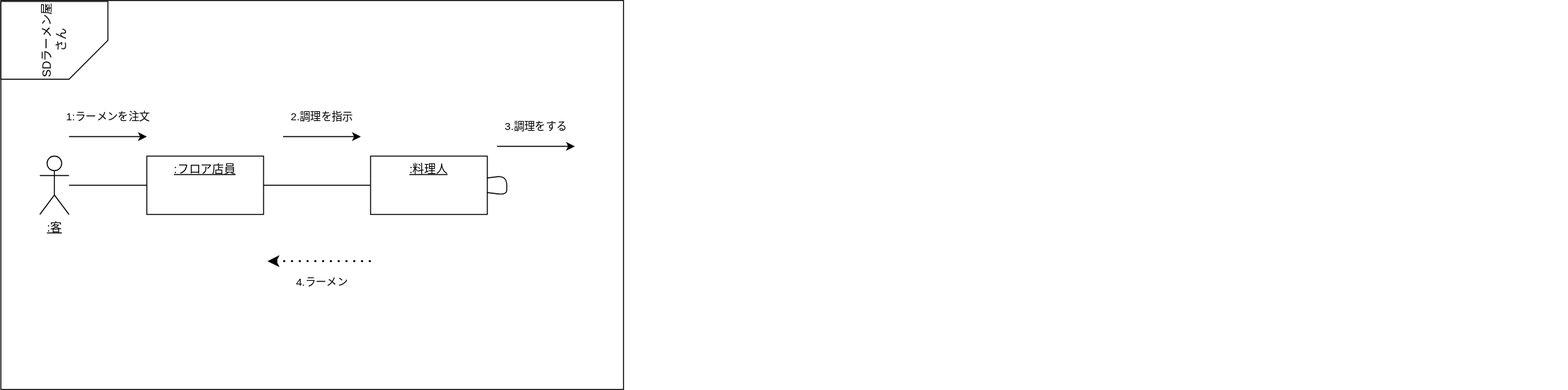
Earlier version of the draw.io export 例題5-1_ラーメン注文配膳.drawio.svg (fevertodori/uml-introduction). Source tidied: cells renumbered, new cells last; positions are measured from the earlier drawing's top-left corner, leaving out a move shared by most shapes. Source of this version:
```xml
<mxGraphModel>
  <root>
    <mxCell id="0" />
    <mxCell id="1" parent="0" />
    <mxCell id="2" style="group;" parent="1" vertex="1">
      <mxGeometry y="14" width="1610" height="400" as="geometry" />
    </mxCell>
    <mxCell id="3" style="rounded=0;whiteSpace=wrap;html=1;" parent="2" vertex="1">
      <mxGeometry width="640" height="400" as="geometry" />
    </mxCell>
    <mxCell id="4" value="SDラーメン屋さん" style="shape=card;whiteSpace=wrap;html=1;rotation=-90;size=40;flipV=1;" parent="2" vertex="1">
      <mxGeometry x="15" y="-14" width="80" height="110" as="geometry" />
    </mxCell>
    <mxCell id="5" value="&lt;u&gt;:客&lt;/u&gt;" style="shape=umlActor;verticalLabelPosition=bottom;verticalAlign=top;html=1;outlineConnect=0;" parent="2" vertex="1">
      <mxGeometry x="40" y="160" width="30" height="60" as="geometry" />
    </mxCell>
    <mxCell id="6" value="&lt;u&gt;:フロア店員&lt;/u&gt;" style="whiteSpace=wrap;html=1;verticalAlign=top;" parent="2" vertex="1">
      <mxGeometry x="150" y="160" width="120" height="60" as="geometry" />
    </mxCell>
    <mxCell id="7" style="edgeStyle=none;html=1;endArrow=none;endFill=0;" parent="2" edge="1" source="5" target="6">
      <mxGeometry relative="1" as="geometry" />
    </mxCell>
    <mxCell id="8" value="&lt;u&gt;:料理人&lt;/u&gt;" style="whiteSpace=wrap;html=1;verticalAlign=top;" parent="2" vertex="1">
      <mxGeometry x="380" y="160" width="120" height="60" as="geometry" />
    </mxCell>
    <mxCell id="9" style="edgeStyle=none;html=1;endArrow=none;endFill=0;" parent="2" edge="1" source="6" target="8">
      <mxGeometry relative="1" as="geometry" />
    </mxCell>
    <mxCell id="10" value="1:ラーメンを注文&lt;br&gt;" style="endArrow=classic;html=1;" parent="2" edge="1">
      <mxGeometry y="20" relative="1" as="geometry">
        <mxPoint x="70" y="140" as="sourcePoint" />
        <mxPoint x="150" y="140" as="targetPoint" />
      </mxGeometry>
    </mxCell>
    <mxCell id="11" value="2.調理を指示" style="endArrow=classic;html=1;" parent="2" edge="1">
      <mxGeometry y="20" relative="1" as="geometry">
        <mxPoint x="290" y="140" as="sourcePoint" />
        <mxPoint x="370" y="140" as="targetPoint" />
      </mxGeometry>
    </mxCell>
    <mxCell id="12" style="edgeStyle=none;html=1;endArrow=none;endFill=0;" parent="2" edge="1" source="8" target="8">
      <mxGeometry relative="1" as="geometry" />
    </mxCell>
    <mxCell id="13" value="3.調理をする" style="endArrow=classic;html=1;" parent="2" edge="1">
      <mxGeometry y="20" relative="1" as="geometry">
        <mxPoint x="510" y="150" as="sourcePoint" />
        <mxPoint x="590" y="150" as="targetPoint" />
      </mxGeometry>
    </mxCell>
    <mxCell id="14" value="4.ラーメン" style="endArrow=none;dashed=1;html=1;dashPattern=1 3;strokeWidth=2;entryX=0.609;entryY=0.775;entryDx=0;entryDy=0;entryPerimeter=0;endFill=0;startArrow=classic;startFill=1;" parent="2" edge="1">
      <mxGeometry x="0.02" y="-22" relative="1" as="geometry">
        <mxPoint x="274" y="268" as="sourcePoint" />
        <mxPoint x="383.8" y="268" as="targetPoint" />
      </mxGeometry>
    </mxCell>
  </root>
</mxGraphModel>
```
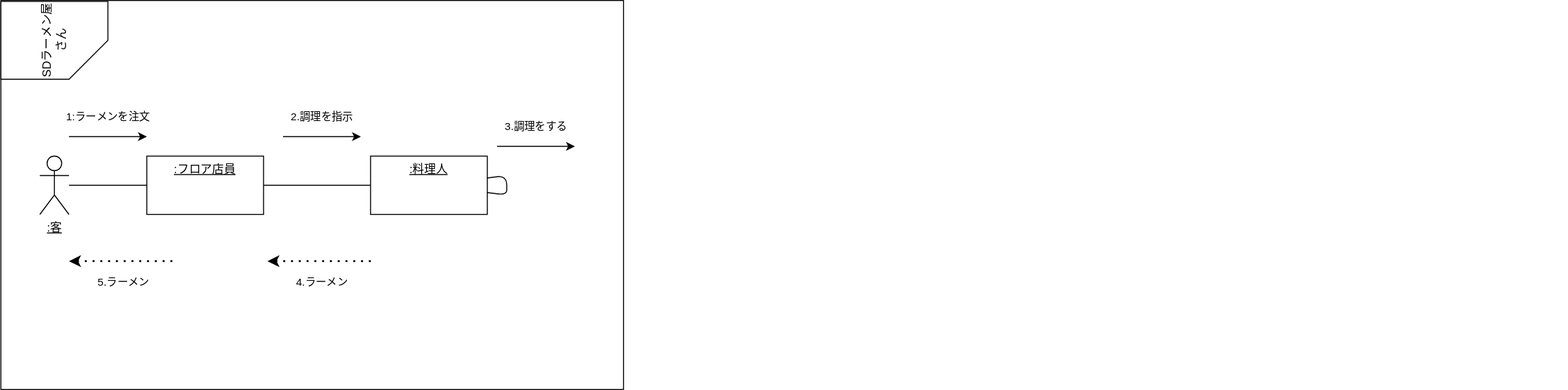
After the change.

Commit message:
5.ラーメン付けた

The edit, as a diff of the source:
```diff
@@ -53,5 +53,11 @@
         <mxPoint x="383.8" y="268" as="targetPoint" />
       </mxGeometry>
     </mxCell>
+    <mxCell id="15" value="5.ラーメン" style="endArrow=none;dashed=1;html=1;dashPattern=1 3;strokeWidth=2;entryX=0.609;entryY=0.775;entryDx=0;entryDy=0;entryPerimeter=0;endFill=0;startArrow=classic;startFill=1;" parent="2" edge="1">
+      <mxGeometry x="0.02" y="-22" relative="1" as="geometry">
+        <mxPoint x="70" y="268" as="sourcePoint" />
+        <mxPoint x="179.8" y="268" as="targetPoint" />
+      </mxGeometry>
+    </mxCell>
   </root>
 </mxGraphModel>
```
